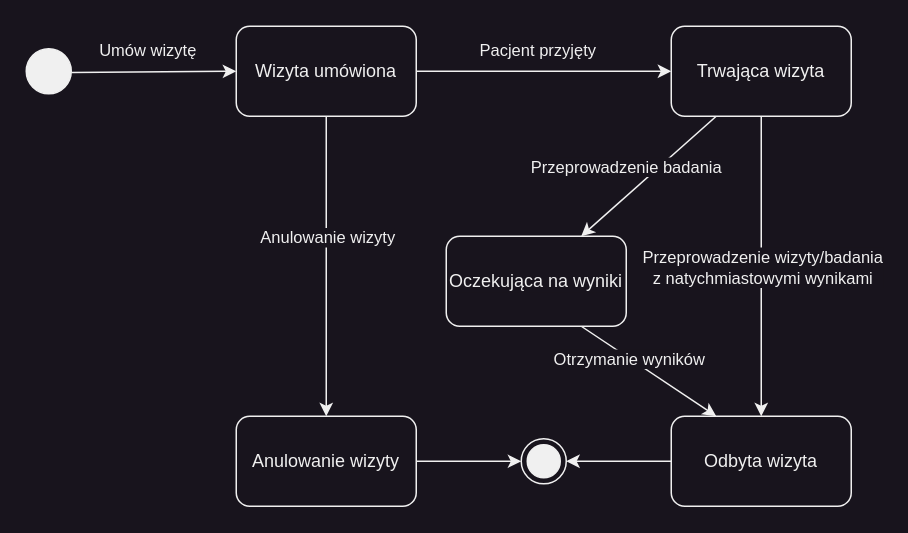
Before: visit_state.drawio in MarekMichali/vet-clinic, a draw.io diagram. Source tidied: cells renumbered, new cells numbered last; positions are measured from the earlier drawing's top-left corner, leaving out a move shared by most shapes. Both pictures are drawn from the tidied source at 150%, with x=0, y=0 at pixel (26, 26).
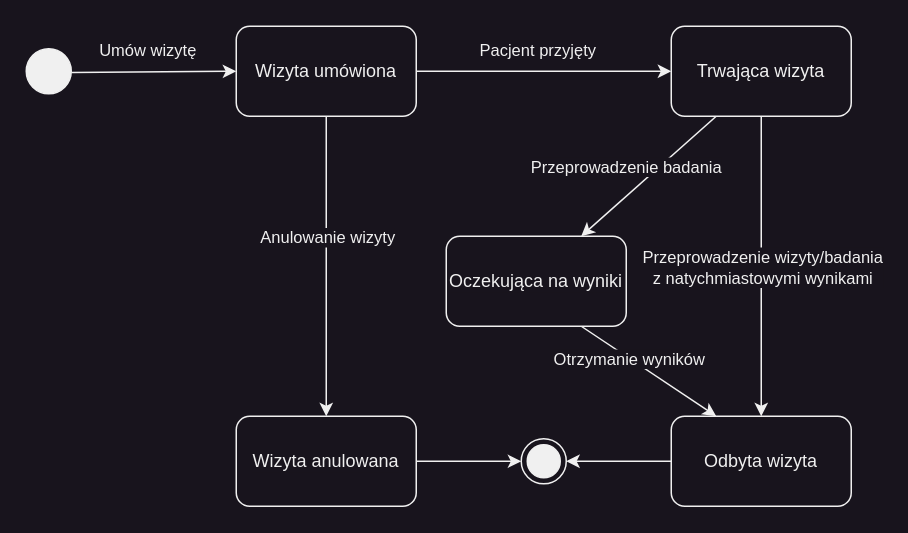
The same diagram, later.

Diff of the diagram source:
```diff
@@
-    <mxCell id="12" value="Anulowanie wizyty" style="rounded=1;whiteSpace=wrap;html=1;fillColor=#18141D;strokeColor=#F0F0F0;fontColor=#F0F0F0;labelBackgroundColor=#18141D;" parent="1" vertex="1">
+    <mxCell id="12" value="Wizyta anulowana" style="rounded=1;whiteSpace=wrap;html=1;fillColor=#18141D;strokeColor=#F0F0F0;fontColor=#F0F0F0;labelBackgroundColor=#18141D;" parent="1" vertex="1">
       <mxGeometry x="140" y="260" width="120" height="60" as="geometry" />
     </mxCell>
```
